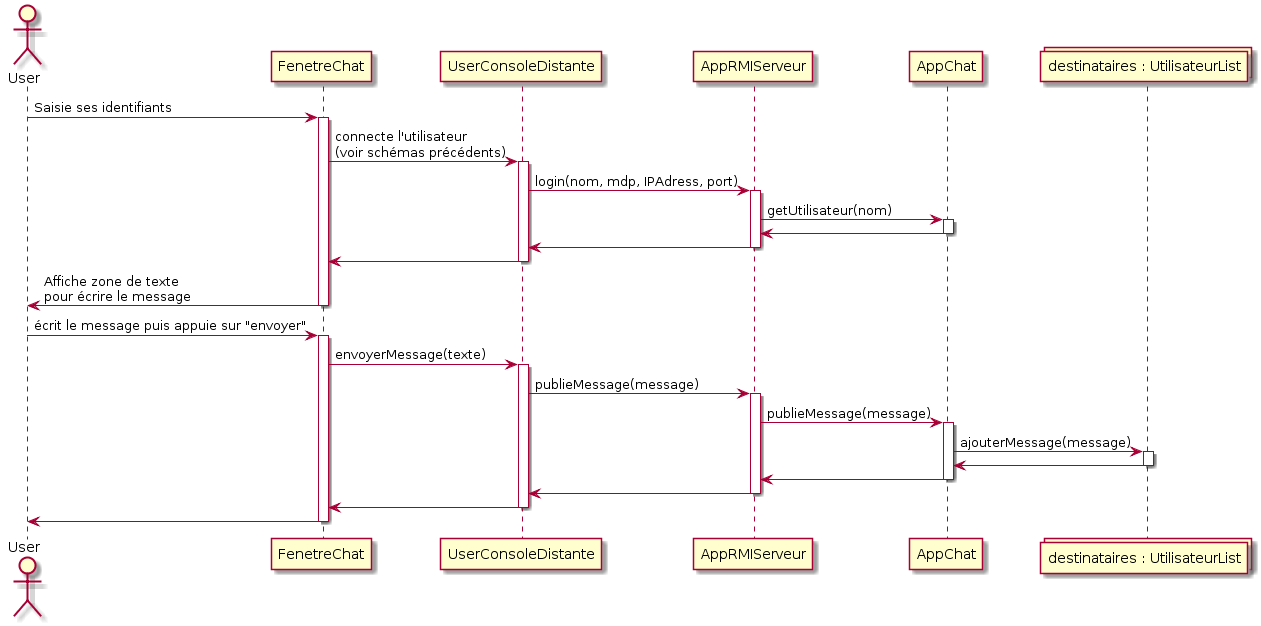
Before: UML/diagrammes de sequence/envoieMessage.png, a diagram exported from PlantUML (XgLsuLzRMy/AppChat).
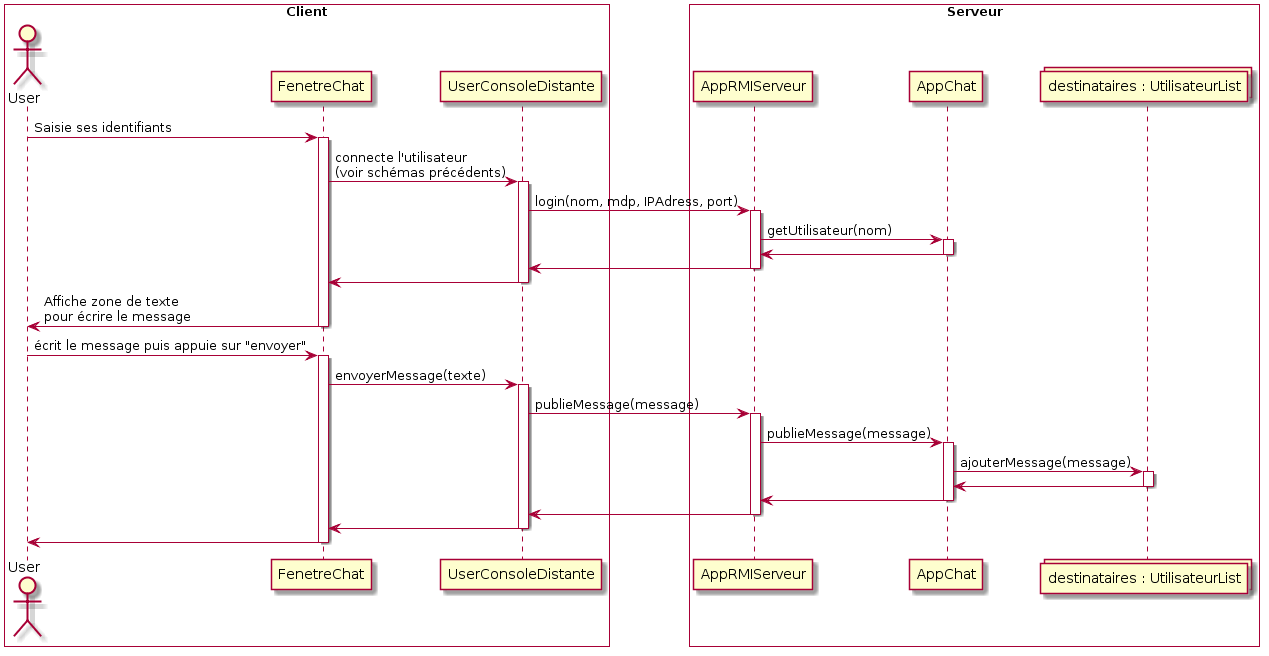
After the change.

Commit message:
Update diagrammes de séquence

Change to the diagram source:
```diff
@@ -1,10 +1,15 @@
 @startuml
-actor User
-participant FenetreChat
-participant UserConsoleDistante
-participant AppRMIServeur
-participant AppChat
-collections "destinataires : UtilisateurList"
+box "Client" #white
+    actor User
+    participant FenetreChat
+    participant UserConsoleDistante
+end box
+box "Serveur" #white
+    participant AppRMIServeur
+    participant AppChat
+    collections "destinataires : UtilisateurList"
+end box
+
 
 User -> FenetreChat : Saisie ses identifiants
 activate FenetreChat
```
